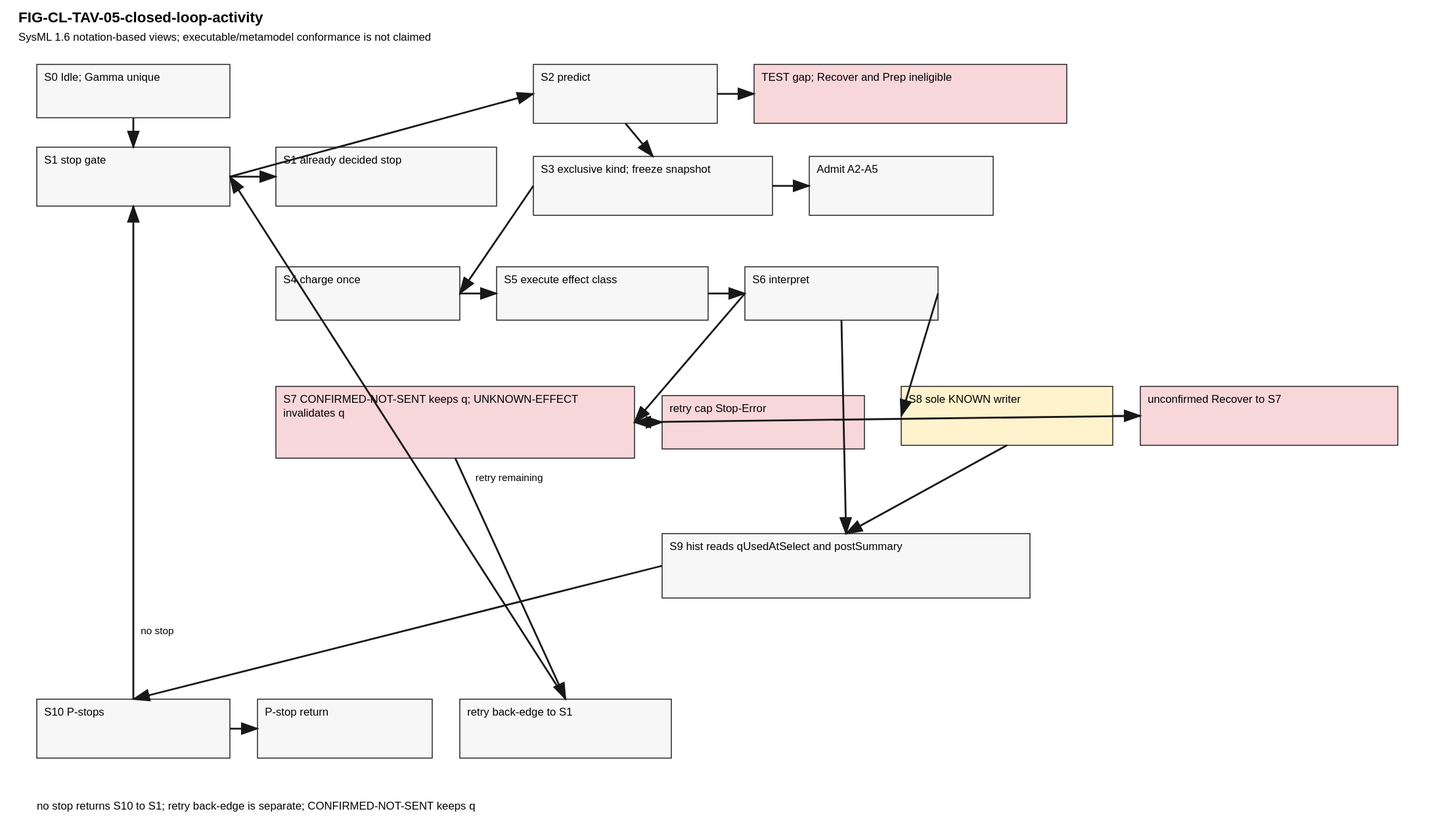
This is artifacts/publications/cltav/figures/FIG-CL-TAV-05-closed-loop-activity.svg from ZhangChi0727/arinc-615a-conformance, a PlantUML export, as it was before one commit. Its source is kept beside it as docs/research/publication/models/FIG-CL-TAV-05-closed-loop-activity.puml.
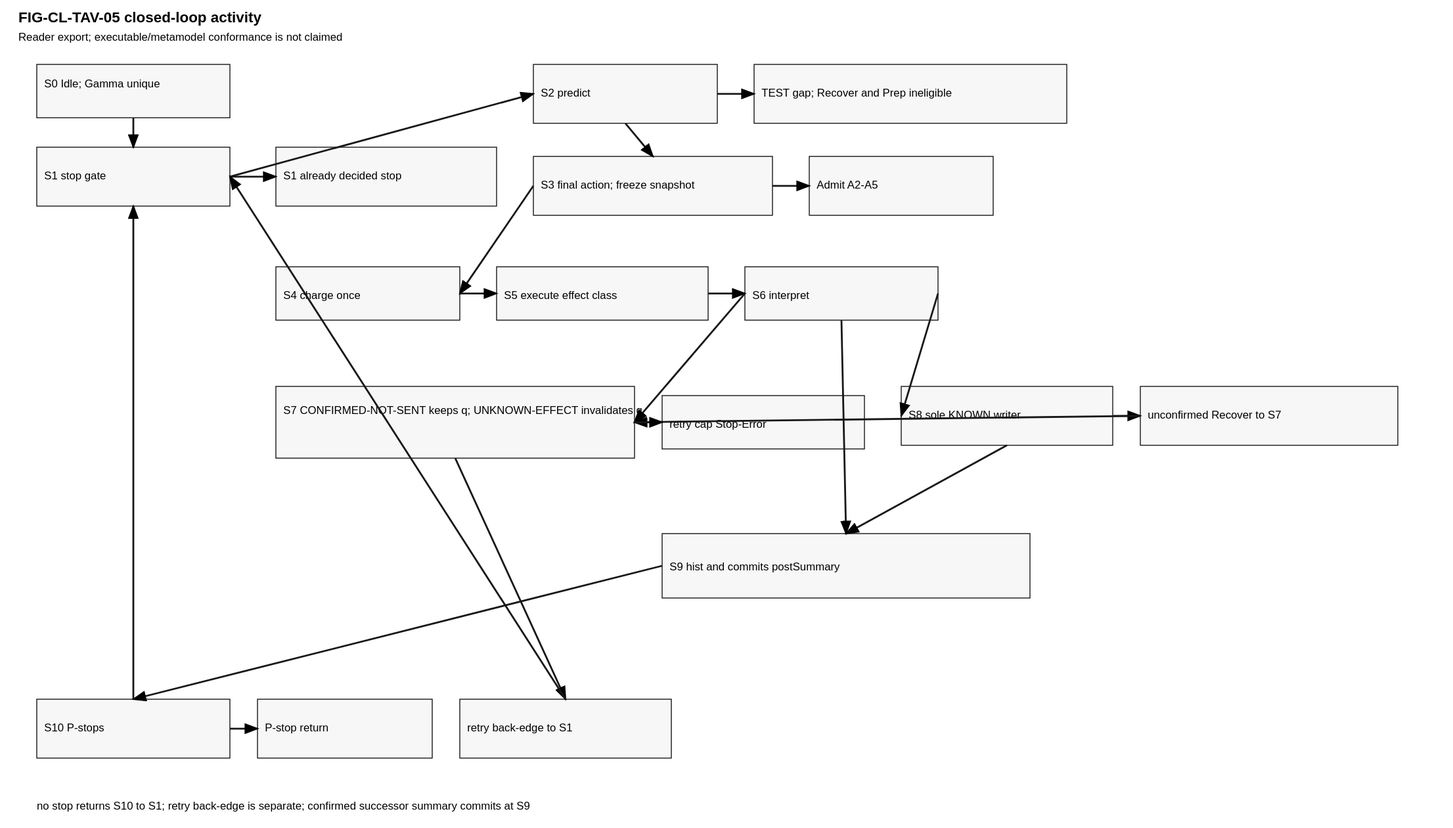
The same file after the commit.

Diff of the diagram source:
```diff
@@ -16,7 +16,7 @@
       :E-S2-GAP TEST-scoped named prediction-gap; Recover and Prep ineligible;
       stop
     else (no)
-      :S3 IF-SELECT-ADMIT exclusive kind; freeze qUsedAtSelect;
+      :S3 IF-SELECT-ADMIT final action, then freeze qUsedAtSelect/actionId;
       if (kind ADMIT?) then (yes)
         stop
       elseif (kind TEST and S empty?) then (yes)
@@ -25,7 +25,7 @@
       elseif (kind PREP or RECOVER?) then (yes)
         :keep named Prep/Recover; do not enter TEST minimax;
       else (TEST nonempty)
-        :one-step minimax on predicted nonempty classes;
+        :IF-SELECT-ADMIT returns final one-step minimax on predicted nonempty classes;
       endif
       :S4 Charge cost once;
       :S5 IF-EXECUTE-RECORD effect class;
@@ -41,9 +41,9 @@
       else (record valid)
         if (Recover confirmed?) then (yes)
           :S8 sole writer of KNOWN(declaredTarget,evidence); IF-PREP-RECOVER does not write Gamma;
-          :E-S9-S10 S9 IF-HIST-UPDATE reads qUsedAtSelect and postSummary;
+          :E-S9-S10 S9 IF-HIST-UPDATE reads qUsedAtSelect and commits confirmed postSummary;
         else (TEST or Prep)
-          :E-S9-S10 S9 IF-HIST-UPDATE reads qUsedAtSelect and postSummary;
+          :E-S9-S10 S9 IF-HIST-UPDATE reads qUsedAtSelect and commits confirmed postSummary;
         endif
         :S10 P1-P5 via IF-RESOURCE-STOP and IF-EQUIV;
         if (P-stop?) then (yes)
```
